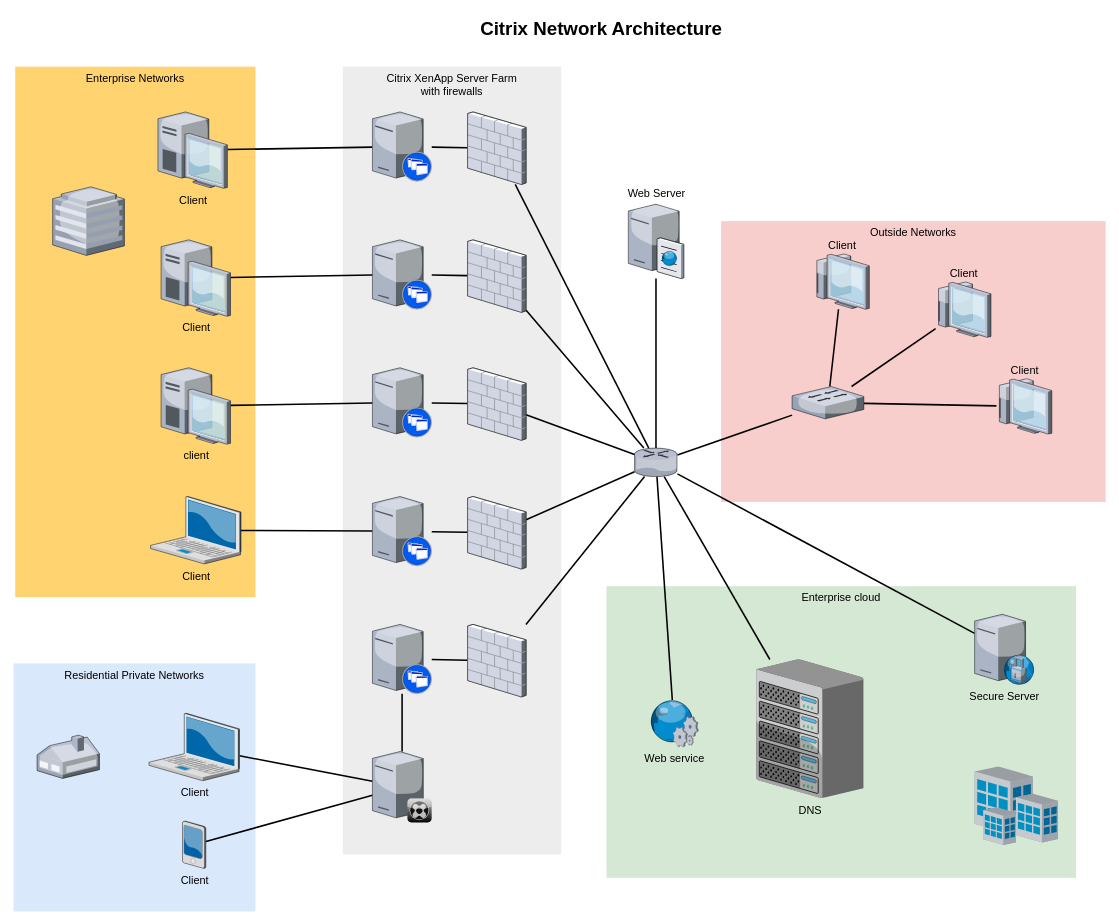
Before: tsinghua_cernet.drawio in ljyloi/thunet_measurement, a draw.io diagram. Source tidied: cells renumbered, new cells numbered last; positions are measured from the earlier drawing's top-left corner, leaving out a move shared by most shapes. Both pictures are drawn from the tidied source at 78%, with x=0, y=0 at pixel (13, 13).
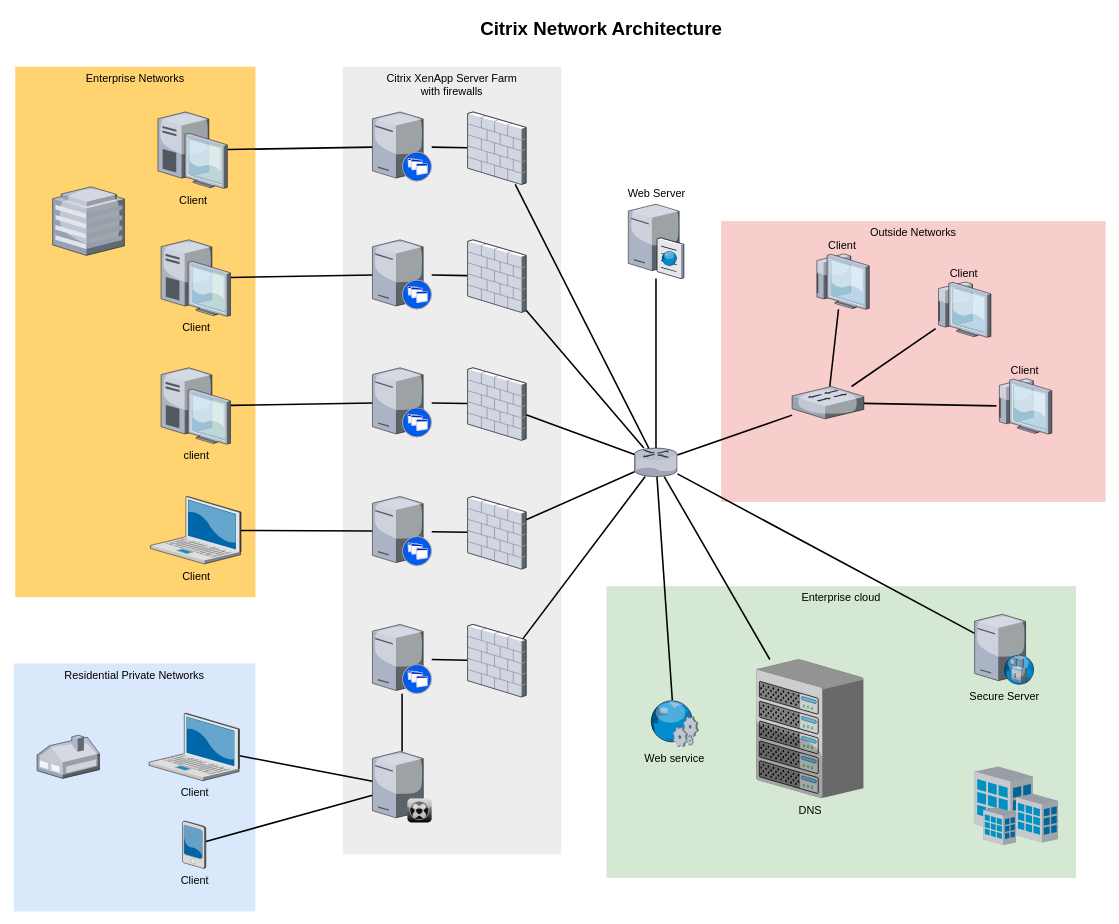
The same page after the edit.

The change refers to these unchanged cells:
```xml
<mxCell id="33" style="verticalLabelPosition=bottom;html=1;verticalAlign=top;strokeColor=none;shape=mxgraph.citrix.router;fillColor=#66B2FF;gradientColor=#0066CC;fontSize=14;" parent="1" vertex="1">
  <mxGeometry x="796" y="557" width="55" height="36.5" as="geometry" />
</mxCell>
<mxCell id="47" style="verticalLabelPosition=bottom;html=1;verticalAlign=top;strokeColor=none;shape=mxgraph.citrix.firewall;fillColor=#66B2FF;gradientColor=#0066CC;fontSize=14;" parent="1" vertex="1">
  <mxGeometry x="582" y="783" width="75" height="93" as="geometry" />
</mxCell>
```

The edit, as a diff of the source:
```diff
@@
-    <mxCell id="46" style="edgeStyle=none;rounded=0;html=1;startSize=10;endSize=10;jettySize=auto;fontSize=14;endArrow=none;endFill=0;strokeWidth=2;" parent="1" edge="1" source="47" target="33">
-      <mxGeometry relative="1" as="geometry" />
+    <mxCell id="46" style="edgeStyle=none;rounded=0;html=1;startSize=10;endSize=10;jettySize=auto;orthogonalLoop=1;fontSize=14;endArrow=none;endFill=0;strokeWidth=2;exitX=0.901;exitY=0.244;exitDx=0;exitDy=0;exitPerimeter=0;" parent="1" edge="1">
+      <mxGeometry relative="1" as="geometry">
+        <mxPoint x="649.6" y="805.7" as="sourcePoint" />
+        <mxPoint x="809.7" y="593.5" as="targetPoint" />
+      </mxGeometry>
     </mxCell>
```
